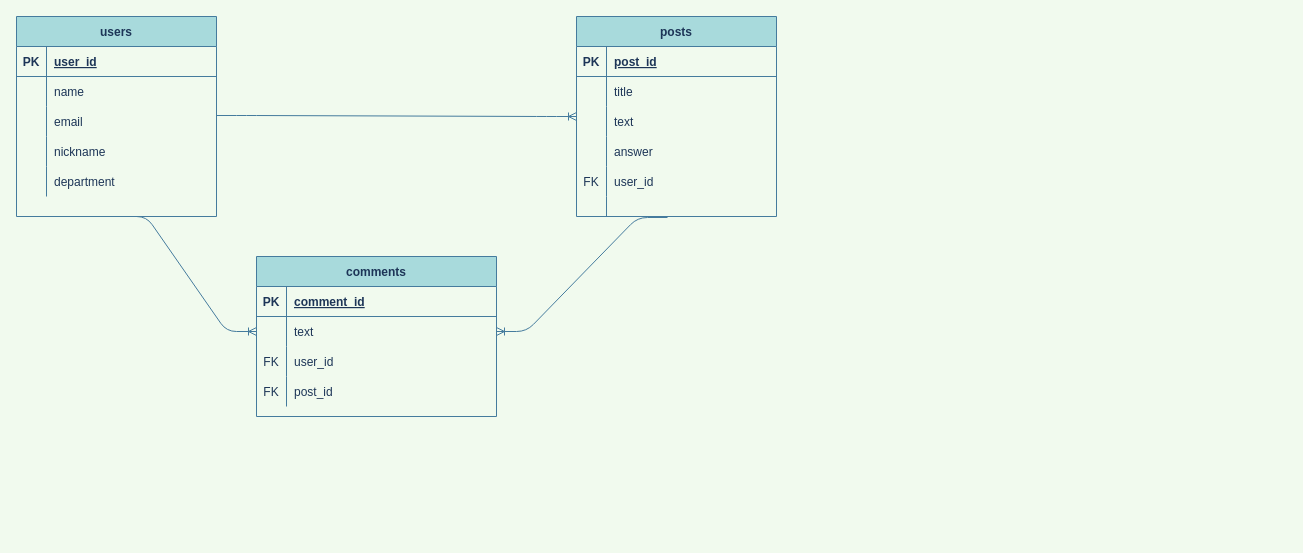
The draw.io diagram ER図.dio in uruoilemon/knowhow-app, before the edit. Source tidied: cells renumbered, new cells numbered last; positions are measured from the earlier drawing's top-left corner, leaving out a move shared by most shapes. Both pictures are drawn from the tidied source at 100%, with x=0, y=0 at pixel (16, 16).
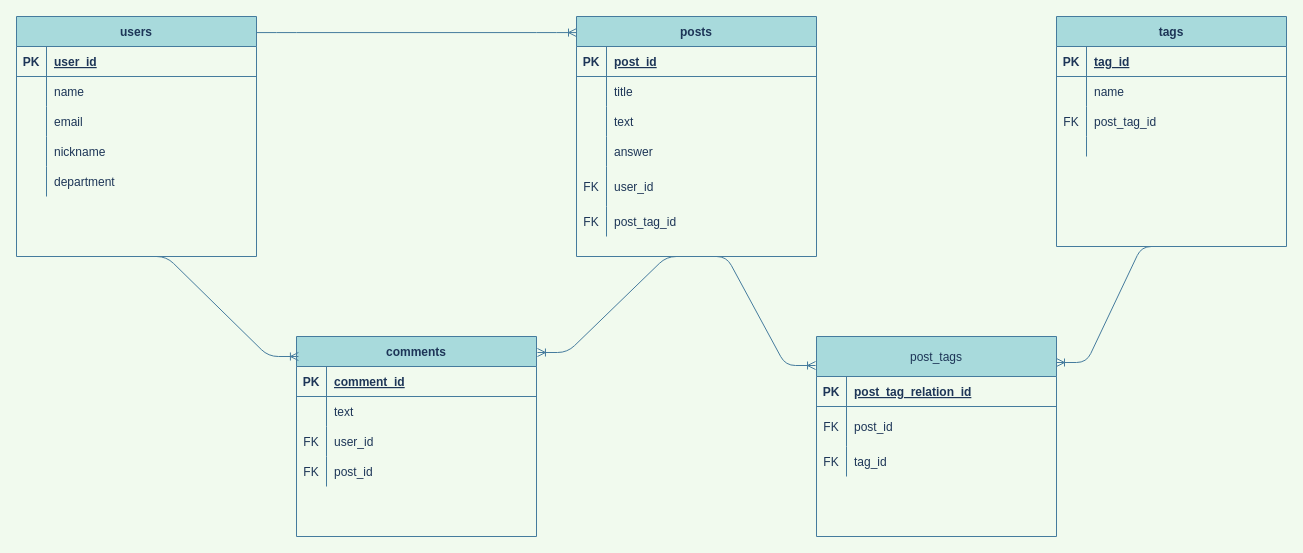
The same diagram, later.

Unchanged cells that the change refers to:
```xml
<mxCell id="42" style="shape=partialRectangle;fillColor=none;top=0;left=0;bottom=0;right=0;points=[[0,0.5],[1,0.5]];portConstraint=eastwest;strokeColor=#457B9D;fontColor=#1D3557;" parent="38" vertex="1">
  <mxGeometry y="60" width="240" height="30" as="geometry" />
</mxCell>
```

The edit, as a diff of the source:
```diff
@@
     <mxCell id="2" value="users" style="shape=table;startSize=30;childLayout=tableLayout;rowLines=0;fontStyle=1;align=center;fillColor=#A8DADC;strokeColor=#457B9D;fontColor=#1D3557;" parent="1" vertex="1">
-      <mxGeometry width="200" height="200" as="geometry" />
+      <mxGeometry width="240" height="240" as="geometry" />
     </mxCell>
     <mxCell id="3" style="shape=partialRectangle;fillColor=none;top=0;left=0;bottom=1;right=0;strokeColor=#457B9D;fontColor=#1D3557;" parent="2" vertex="1">
-      <mxGeometry y="30" width="200" height="30" as="geometry" />
+      <mxGeometry y="30" width="240" height="30" as="geometry" />
     </mxCell>
@@
     <mxCell id="5" value="user_id" style="shape=partialRectangle;fillColor=none;top=0;left=0;bottom=0;right=0;align=left;spacingLeft=6;fontStyle=5;overflow=hidden;strokeColor=#457B9D;fontColor=#1D3557;" parent="3" vertex="1">
-      <mxGeometry x="30" width="170" height="30" as="geometry" />
+      <mxGeometry x="30" width="210" height="30" as="geometry" />
     </mxCell>
     <mxCell id="6" style="shape=partialRectangle;fillColor=none;top=0;left=0;bottom=0;right=0;strokeColor=#457B9D;fontColor=#1D3557;" parent="2" vertex="1">
-      <mxGeometry y="60" width="200" height="30" as="geometry" />
+      <mxGeometry y="60" width="240" height="30" as="geometry" />
     </mxCell>
@@
     <mxCell id="8" value="name" style="shape=partialRectangle;fillColor=none;top=0;left=0;bottom=0;right=0;align=left;spacingLeft=6;overflow=hidden;strokeColor=#457B9D;fontColor=#1D3557;" parent="6" vertex="1">
-      <mxGeometry x="30" width="170" height="30" as="geometry" />
+      <mxGeometry x="30" width="210" height="30" as="geometry" />
     </mxCell>
     <mxCell id="9" style="shape=partialRectangle;fillColor=none;top=0;left=0;bottom=0;right=0;points=[[0,0.5],[1,0.5]];portConstraint=eastwest;strokeColor=#457B9D;fontColor=#1D3557;" parent="2" vertex="1">
-      <mxGeometry y="90" width="200" height="30" as="geometry" />
+      <mxGeometry y="90" width="240" height="30" as="geometry" />
     </mxCell>
@@
     <mxCell id="11" value="email" style="shape=partialRectangle;fillColor=none;top=0;left=0;bottom=0;right=0;align=left;spacingLeft=6;overflow=hidden;strokeColor=#457B9D;fontColor=#1D3557;" parent="9" vertex="1">
-      <mxGeometry x="30" width="170" height="30" as="geometry" />
+      <mxGeometry x="30" width="210" height="30" as="geometry" />
     </mxCell>
     <mxCell id="12" style="shape=partialRectangle;fillColor=none;top=0;left=0;bottom=0;right=0;strokeColor=#457B9D;fontColor=#1D3557;" parent="2" vertex="1">
-      <mxGeometry y="120" width="200" height="30" as="geometry" />
+      <mxGeometry y="120" width="240" height="30" as="geometry" />
     </mxCell>
@@
     <mxCell id="14" value="nickname" style="shape=partialRectangle;fillColor=none;top=0;left=0;bottom=0;right=0;align=left;spacingLeft=6;overflow=hidden;strokeColor=#457B9D;fontColor=#1D3557;" parent="12" vertex="1">
-      <mxGeometry x="30" width="170" height="30" as="geometry" />
+      <mxGeometry x="30" width="210" height="30" as="geometry" />
     </mxCell>
     <mxCell id="15" style="shape=partialRectangle;fillColor=none;top=0;left=0;bottom=0;right=0;strokeColor=#457B9D;fontColor=#1D3557;" parent="2" vertex="1">
-      <mxGeometry y="150" width="200" height="30" as="geometry" />
+      <mxGeometry y="150" width="240" height="30" as="geometry" />
     </mxCell>
@@
     <mxCell id="17" value="department" style="shape=partialRectangle;fillColor=none;top=0;left=0;bottom=0;right=0;align=left;spacingLeft=6;overflow=hidden;strokeColor=#457B9D;fontColor=#1D3557;" parent="15" vertex="1">
-      <mxGeometry x="30" width="170" height="30" as="geometry" />
+      <mxGeometry x="30" width="210" height="30" as="geometry" />
     </mxCell>
     <mxCell id="18" value="posts" style="shape=table;startSize=30;childLayout=tableLayout;rowLines=0;fontStyle=1;align=center;fillColor=#A8DADC;strokeColor=#457B9D;fontColor=#1D3557;" parent="1" vertex="1">
-      <mxGeometry x="560" width="200" height="200" as="geometry" />
+      <mxGeometry x="560" width="240" height="240" as="geometry" />
     </mxCell>
     <mxCell id="19" style="shape=partialRectangle;fillColor=none;top=0;left=0;bottom=1;right=0;strokeColor=#457B9D;fontColor=#1D3557;" parent="18" vertex="1">
-      <mxGeometry y="30" width="200" height="30" as="geometry" />
+      <mxGeometry y="30" width="240" height="30" as="geometry" />
     </mxCell>
@@
     <mxCell id="21" value="post_id" style="shape=partialRectangle;fillColor=none;top=0;left=0;bottom=0;right=0;align=left;spacingLeft=6;fontStyle=5;overflow=hidden;strokeColor=#457B9D;fontColor=#1D3557;" parent="19" vertex="1">
-      <mxGeometry x="30" width="170" height="30" as="geometry" />
+      <mxGeometry x="30" width="210" height="30" as="geometry" />
     </mxCell>
     <mxCell id="22" style="shape=partialRectangle;fillColor=none;top=0;left=0;bottom=0;right=0;strokeColor=#457B9D;fontColor=#1D3557;" parent="18" vertex="1">
-      <mxGeometry y="60" width="200" height="30" as="geometry" />
+      <mxGeometry y="60" width="240" height="30" as="geometry" />
     </mxCell>
@@
     <mxCell id="24" value="title" style="shape=partialRectangle;fillColor=none;top=0;left=0;bottom=0;right=0;align=left;spacingLeft=6;overflow=hidden;strokeColor=#457B9D;fontColor=#1D3557;" parent="22" vertex="1">
-      <mxGeometry x="30" width="170" height="30" as="geometry" />
+      <mxGeometry x="30" width="210" height="30" as="geometry" />
     </mxCell>
     <mxCell id="25" style="shape=partialRectangle;fillColor=none;top=0;left=0;bottom=0;right=0;strokeColor=#457B9D;fontColor=#1D3557;" parent="18" vertex="1">
-      <mxGeometry y="90" width="200" height="30" as="geometry" />
+      <mxGeometry y="90" width="240" height="30" as="geometry" />
     </mxCell>
@@
     <mxCell id="27" value="text" style="shape=partialRectangle;fillColor=none;top=0;left=0;bottom=0;right=0;align=left;spacingLeft=6;overflow=hidden;strokeColor=#457B9D;fontColor=#1D3557;" parent="25" vertex="1">
-      <mxGeometry x="30" width="170" height="30" as="geometry" />
+      <mxGeometry x="30" width="210" height="30" as="geometry" />
     </mxCell>
     <mxCell id="28" style="shape=partialRectangle;fillColor=none;top=0;left=0;bottom=0;right=0;strokeColor=#457B9D;fontColor=#1D3557;" parent="18" vertex="1">
-      <mxGeometry y="120" width="200" height="30" as="geometry" />
+      <mxGeometry y="120" width="240" height="30" as="geometry" />
     </mxCell>
@@
     <mxCell id="30" value="answer" style="shape=partialRectangle;fillColor=none;top=0;left=0;bottom=0;right=0;align=left;spacingLeft=6;overflow=hidden;strokeColor=#457B9D;fontColor=#1D3557;" parent="28" vertex="1">
-      <mxGeometry x="30" width="170" height="30" as="geometry" />
+      <mxGeometry x="30" width="210" height="30" as="geometry" />
     </mxCell>
     <mxCell id="31" style="shape=partialRectangle;fillColor=none;top=0;left=0;bottom=0;right=0;strokeColor=#457B9D;fontColor=#1D3557;" parent="18" vertex="1">
-      <mxGeometry y="150" width="200" height="30" as="geometry" />
+      <mxGeometry y="150" width="240" height="40" as="geometry" />
     </mxCell>
     <mxCell id="32" value="FK" style="shape=partialRectangle;fillColor=none;top=0;left=0;bottom=0;right=0;fontStyle=0;overflow=hidden;strokeColor=#457B9D;fontColor=#1D3557;" parent="31" vertex="1">
-      <mxGeometry width="30" height="30" as="geometry" />
+      <mxGeometry width="30" height="40" as="geometry" />
     </mxCell>
     <mxCell id="33" value="user_id" style="shape=partialRectangle;fillColor=none;top=0;left=0;bottom=0;right=0;align=left;spacingLeft=6;fontStyle=0;overflow=hidden;strokeColor=#457B9D;fontColor=#1D3557;" parent="31" vertex="1">
-      <mxGeometry x="30" width="170" height="30" as="geometry" />
+      <mxGeometry x="30" width="210" height="40" as="geometry" />
     </mxCell>
     <mxCell id="34" style="shape=partialRectangle;fillColor=none;top=0;left=0;bottom=0;right=0;points=[[0,0.5],[1,0.5]];portConstraint=eastwest;strokeColor=#457B9D;fontColor=#1D3557;" parent="18" vertex="1">
-      <mxGeometry y="180" width="200" height="20" as="geometry" />
+      <mxGeometry y="190" width="240" height="30" as="geometry" />
     </mxCell>
-    <mxCell id="35" style="shape=partialRectangle;fillColor=none;top=0;left=0;bottom=0;right=0;overflow=hidden;strokeColor=#457B9D;fontColor=#1D3557;" parent="34" vertex="1">
-      <mxGeometry width="30" height="20" as="geometry" />
+    <mxCell id="35" value="FK" style="shape=partialRectangle;fillColor=none;top=0;left=0;bottom=0;right=0;overflow=hidden;strokeColor=#457B9D;fontColor=#1D3557;" parent="34" vertex="1">
+      <mxGeometry width="30" height="30" as="geometry" />
     </mxCell>
-    <mxCell id="36" style="shape=partialRectangle;fillColor=none;top=0;left=0;bottom=0;right=0;align=left;spacingLeft=6;overflow=hidden;strokeColor=#457B9D;fontColor=#1D3557;" parent="34" vertex="1">
-      <mxGeometry x="30" width="170" height="20" as="geometry" />
+    <mxCell id="36" value="post_tag_id" style="shape=partialRectangle;fillColor=none;top=0;left=0;bottom=0;right=0;align=left;spacingLeft=6;overflow=hidden;strokeColor=#457B9D;fontColor=#1D3557;" parent="34" vertex="1">
+      <mxGeometry x="30" width="210" height="30" as="geometry" />
     </mxCell>
-    <mxCell id="37" style="edgeStyle=entityRelationEdgeStyle;fontSize=12;html=1;endArrow=ERoneToMany;exitX=1;exitY=0.3;exitDx=0;exitDy=0;exitPerimeter=0;strokeColor=#457B9D;fontColor=#1D3557;labelBackgroundColor=#F1FAEE;" parent="1" edge="1" source="9" target="18">
+    <mxCell id="37" style="edgeStyle=entityRelationEdgeStyle;fontSize=12;html=1;endArrow=ERoneToMany;exitX=1;exitY=0.067;exitDx=0;exitDy=0;exitPerimeter=0;strokeColor=#457B9D;fontColor=#1D3557;labelBackgroundColor=#F1FAEE;entryX=0;entryY=0.067;entryDx=0;entryDy=0;entryPerimeter=0;" parent="1" edge="1" source="2" target="18">
       <mxGeometry relative="1" as="geometry" />
     </mxCell>
     <mxCell id="38" value="comments" style="shape=table;startSize=30;childLayout=tableLayout;rowLines=0;fontStyle=1;align=center;fillColor=#A8DADC;strokeColor=#457B9D;fontColor=#1D3557;" parent="1" vertex="1">
-      <mxGeometry x="240" y="240" width="240" height="160" as="geometry" />
+      <mxGeometry x="280" y="320" width="240" height="200" as="geometry" />
     </mxCell>
@@
-    <mxCell id="51" style="edgeStyle=entityRelationEdgeStyle;fontSize=12;html=1;endArrow=ERoneToMany;exitX=0.5;exitY=1;exitDx=0;exitDy=0;entryX=0;entryY=0.5;entryDx=0;entryDy=0;strokeColor=#457B9D;fontColor=#1D3557;labelBackgroundColor=#F1FAEE;" parent="1" edge="1" source="2" target="42">
+    <mxCell id="51" style="edgeStyle=entityRelationEdgeStyle;fontSize=12;html=1;endArrow=ERoneToMany;exitX=0.5;exitY=1;exitDx=0;exitDy=0;entryX=0.008;entryY=0.1;entryDx=0;entryDy=0;strokeColor=#457B9D;fontColor=#1D3557;labelBackgroundColor=#F1FAEE;entryPerimeter=0;" parent="1" edge="1" source="2" target="38">
       <mxGeometry relative="1" as="geometry" />
     </mxCell>
-    <mxCell id="52" style="edgeStyle=entityRelationEdgeStyle;fontSize=12;html=1;endArrow=ERoneToMany;exitX=0.455;exitY=1.05;exitDx=0;exitDy=0;exitPerimeter=0;entryX=1;entryY=0.5;entryDx=0;entryDy=0;strokeColor=#457B9D;fontColor=#1D3557;labelBackgroundColor=#F1FAEE;" parent="1" edge="1" source="34" target="42">
+    <mxCell id="52" style="edgeStyle=entityRelationEdgeStyle;fontSize=12;html=1;endArrow=ERoneToMany;exitX=0.5;exitY=1;exitDx=0;exitDy=0;entryX=1.004;entryY=0.08;entryDx=0;entryDy=0;strokeColor=#457B9D;fontColor=#1D3557;labelBackgroundColor=#F1FAEE;entryPerimeter=0;" parent="1" edge="1" source="18" target="38">
       <mxGeometry relative="1" as="geometry" />
     </mxCell>
+    <mxCell id="53" value="tags" style="shape=table;startSize=30;childLayout=tableLayout;rowLines=0;fontStyle=1;align=center;fillColor=#A8DADC;strokeColor=#457B9D;fontColor=#1D3557;" parent="1" vertex="1">
+      <mxGeometry x="1040" width="230" height="230" as="geometry" />
+    </mxCell>
+    <mxCell id="54" style="shape=partialRectangle;fillColor=none;top=0;left=0;bottom=1;right=0;strokeColor=#457B9D;fontColor=#1D3557;" parent="53" vertex="1">
+      <mxGeometry y="30" width="230" height="30" as="geometry" />
+    </mxCell>
+    <mxCell id="55" value="PK" style="shape=partialRectangle;fillColor=none;top=0;left=0;bottom=0;right=0;fontStyle=1;overflow=hidden;strokeColor=#457B9D;fontColor=#1D3557;" parent="54" vertex="1">
+      <mxGeometry width="30" height="30" as="geometry" />
+    </mxCell>
+    <mxCell id="56" value="tag_id" style="shape=partialRectangle;fillColor=none;top=0;left=0;bottom=0;right=0;align=left;spacingLeft=6;fontStyle=5;overflow=hidden;strokeColor=#457B9D;fontColor=#1D3557;" parent="54" vertex="1">
+      <mxGeometry x="30" width="200" height="30" as="geometry" />
+    </mxCell>
+    <mxCell id="57" style="shape=partialRectangle;fillColor=none;top=0;left=0;bottom=0;right=0;strokeColor=#457B9D;fontColor=#1D3557;" parent="53" vertex="1">
+      <mxGeometry y="60" width="230" height="30" as="geometry" />
+    </mxCell>
+    <mxCell id="58" style="shape=partialRectangle;fillColor=none;top=0;left=0;bottom=0;right=0;overflow=hidden;strokeColor=#457B9D;fontColor=#1D3557;" parent="57" vertex="1">
+      <mxGeometry width="30" height="30" as="geometry" />
+    </mxCell>
+    <mxCell id="59" value="name" style="shape=partialRectangle;fillColor=none;top=0;left=0;bottom=0;right=0;align=left;spacingLeft=6;overflow=hidden;strokeColor=#457B9D;fontColor=#1D3557;" parent="57" vertex="1">
+      <mxGeometry x="30" width="200" height="30" as="geometry" />
+    </mxCell>
+    <mxCell id="60" style="shape=partialRectangle;fillColor=none;top=0;left=0;bottom=0;right=0;strokeColor=#457B9D;fontColor=#1D3557;" parent="53" vertex="1">
+      <mxGeometry y="90" width="230" height="30" as="geometry" />
+    </mxCell>
+    <mxCell id="61" value="FK" style="shape=partialRectangle;fillColor=none;top=0;left=0;bottom=0;right=0;fontStyle=0;overflow=hidden;strokeColor=#457B9D;fontColor=#1D3557;" parent="60" vertex="1">
+      <mxGeometry width="30" height="30" as="geometry" />
+    </mxCell>
+    <mxCell id="62" value="post_tag_id" style="shape=partialRectangle;fillColor=none;top=0;left=0;bottom=0;right=0;align=left;spacingLeft=6;fontStyle=0;overflow=hidden;strokeColor=#457B9D;fontColor=#1D3557;" parent="60" vertex="1">
+      <mxGeometry x="30" width="200" height="30" as="geometry" />
+    </mxCell>
+    <mxCell id="63" style="shape=partialRectangle;fillColor=none;top=0;left=0;bottom=0;right=0;strokeColor=#457B9D;fontColor=#1D3557;" parent="53" vertex="1">
+      <mxGeometry y="120" width="230" height="20" as="geometry" />
+    </mxCell>
+    <mxCell id="64" style="shape=partialRectangle;fillColor=none;top=0;left=0;bottom=0;right=0;overflow=hidden;strokeColor=#457B9D;fontColor=#1D3557;" parent="63" vertex="1">
+      <mxGeometry width="30" height="20" as="geometry" />
+    </mxCell>
+    <mxCell id="65" style="shape=partialRectangle;fillColor=none;top=0;left=0;bottom=0;right=0;align=left;spacingLeft=6;overflow=hidden;strokeColor=#457B9D;fontColor=#1D3557;" parent="63" vertex="1">
+      <mxGeometry x="30" width="200" height="20" as="geometry" />
+    </mxCell>
+    <mxCell id="66" value="post_tags" style="shape=table;startSize=40;childLayout=tableLayout;rowLines=0;fontStyle=0;align=center;fillColor=#A8DADC;strokeColor=#457B9D;fontColor=#1D3557;" parent="1" vertex="1">
+      <mxGeometry x="800" y="320" width="240" height="200" as="geometry" />
+    </mxCell>
+    <mxCell id="67" style="shape=partialRectangle;fillColor=none;top=0;left=0;bottom=1;right=0;strokeColor=#457B9D;fontColor=#1D3557;" parent="66" vertex="1">
+      <mxGeometry y="40" width="240" height="30" as="geometry" />
+    </mxCell>
+    <mxCell id="68" value="PK" style="shape=partialRectangle;fillColor=none;top=0;left=0;bottom=0;right=0;fontStyle=1;overflow=hidden;strokeColor=#457B9D;fontColor=#1D3557;" parent="67" vertex="1">
+      <mxGeometry width="30" height="30" as="geometry" />
+    </mxCell>
+    <mxCell id="69" value="post_tag_relation_id" style="shape=partialRectangle;fillColor=none;top=0;left=0;bottom=0;right=0;align=left;spacingLeft=6;fontStyle=5;overflow=hidden;strokeColor=#457B9D;fontColor=#1D3557;" parent="67" vertex="1">
+      <mxGeometry x="30" width="210" height="30" as="geometry" />
+    </mxCell>
+    <mxCell id="70" style="shape=partialRectangle;fillColor=none;top=0;left=0;bottom=0;right=0;strokeColor=#457B9D;fontColor=#1D3557;" parent="66" vertex="1">
+      <mxGeometry y="70" width="240" height="40" as="geometry" />
+    </mxCell>
+    <mxCell id="71" value="FK" style="shape=partialRectangle;fillColor=none;top=0;left=0;bottom=0;right=0;fontStyle=0;overflow=hidden;strokeColor=#457B9D;fontColor=#1D3557;" parent="70" vertex="1">
+      <mxGeometry width="30" height="40" as="geometry" />
+    </mxCell>
+    <mxCell id="72" value="post_id" style="shape=partialRectangle;fillColor=none;top=0;left=0;bottom=0;right=0;align=left;spacingLeft=6;fontStyle=0;overflow=hidden;strokeColor=#457B9D;fontColor=#1D3557;" parent="70" vertex="1">
+      <mxGeometry x="30" width="210" height="40" as="geometry" />
+    </mxCell>
+    <mxCell id="73" style="shape=partialRectangle;fillColor=none;top=0;left=0;bottom=0;right=0;strokeColor=#457B9D;fontColor=#1D3557;" parent="66" vertex="1">
+      <mxGeometry y="110" width="240" height="30" as="geometry" />
+    </mxCell>
+    <mxCell id="74" value="FK" style="shape=partialRectangle;fillColor=none;top=0;left=0;bottom=0;right=0;overflow=hidden;strokeColor=#457B9D;fontColor=#1D3557;" parent="73" vertex="1">
+      <mxGeometry width="30" height="30" as="geometry" />
+    </mxCell>
+    <mxCell id="75" value="tag_id" style="shape=partialRectangle;fillColor=none;top=0;left=0;bottom=0;right=0;align=left;spacingLeft=6;overflow=hidden;strokeColor=#457B9D;fontColor=#1D3557;" parent="73" vertex="1">
+      <mxGeometry x="30" width="210" height="30" as="geometry" />
+    </mxCell>
+    <mxCell id="76" style="edgeStyle=entityRelationEdgeStyle;fontSize=12;html=1;endArrow=ERoneToMany;entryX=-0.004;entryY=0.145;entryDx=0;entryDy=0;strokeColor=#457B9D;fontColor=#1D3557;labelBackgroundColor=#F1FAEE;exitX=0.5;exitY=1;exitDx=0;exitDy=0;entryPerimeter=0;" parent="1" edge="1" source="18" target="66">
+      <mxGeometry relative="1" as="geometry" />
+    </mxCell>
+    <mxCell id="77" style="edgeStyle=entityRelationEdgeStyle;fontSize=12;html=1;endArrow=ERoneToMany;exitX=0.5;exitY=1;exitDx=0;exitDy=0;entryX=1;entryY=0.13;entryDx=0;entryDy=0;strokeColor=#457B9D;fontColor=#1D3557;labelBackgroundColor=#F1FAEE;entryPerimeter=0;" parent="1" edge="1" source="53" target="66">
+      <mxGeometry relative="1" as="geometry" />
+    </mxCell>
```
